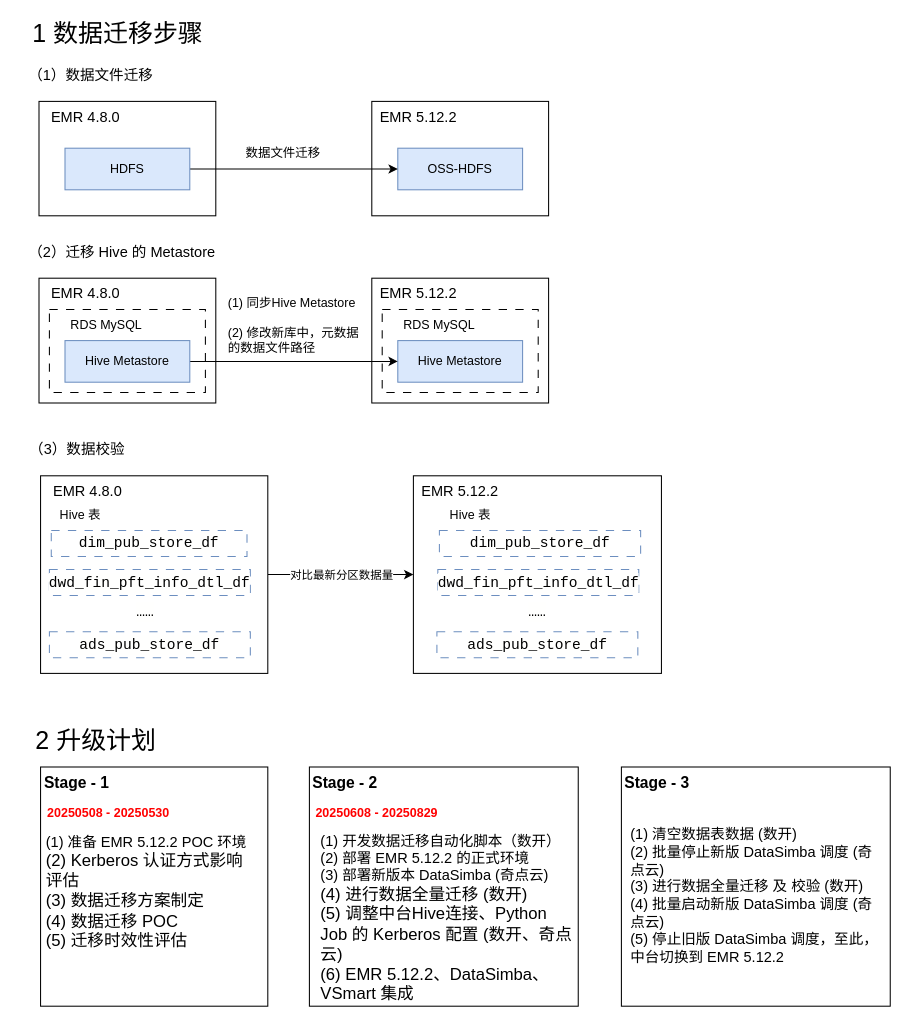
fsJerryChan/fsJerryChan keeps this draw.io diagram as emr_upgrade.drawio. Above is the earlier version. Source tidied: cells renumbered, new cells numbered last; positions are measured from the earlier drawing's top-left corner, leaving out a move shared by most shapes. Both pictures are drawn from the tidied source at 104%, with x=0, y=0 at pixel (18, 18).
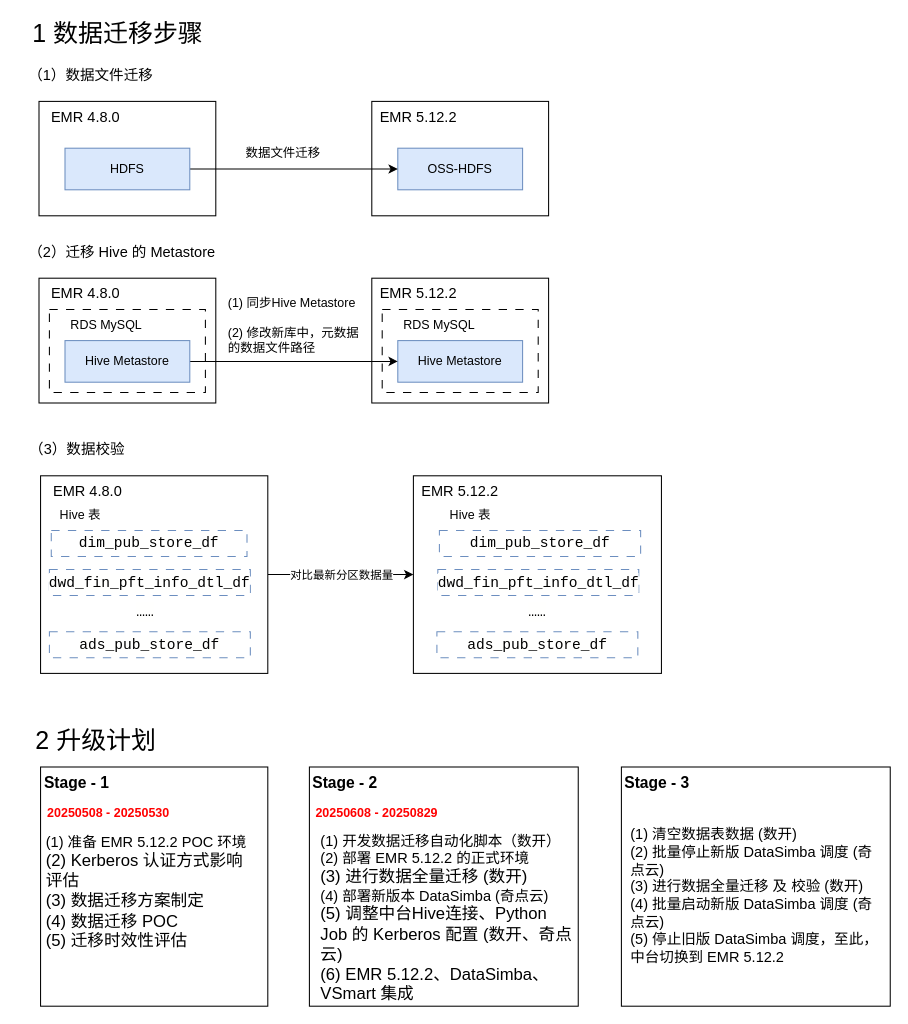
The same page after the edit.

The edit, as a diff of the source:
```diff
@@
-    <mxCell id="49" value="&lt;font style=&quot;font-size: 14px;&quot;&gt;(1) 开发数据迁移自动化脚本（数开）&lt;/font&gt;&lt;div&gt;&lt;font style=&quot;font-size: 14px;&quot;&gt;(2) 部署 EMR 5.12.2 的正式环境&lt;br&gt;(3) 部署新版本 DataSimba (奇点云)&lt;/font&gt;&lt;div&gt;&lt;font size=&quot;3&quot;&gt;(4) 进行数据全量迁移 (数开)&lt;/font&gt;&lt;/div&gt;&lt;div&gt;&lt;font size=&quot;3&quot;&gt;(5) 调整中台Hive连接、Python Job 的 Kerberos 配置 (数开、奇点云)&lt;/font&gt;&lt;/div&gt;&lt;/div&gt;&lt;div&gt;&lt;font size=&quot;3&quot;&gt;(6) EMR 5.12.2、DataSimba、VSmart 集成&lt;/font&gt;&lt;/div&gt;" style="rounded=0;whiteSpace=wrap;html=1;align=left;fillColor=none;strokeColor=none;" parent="1" vertex="1">
+    <mxCell id="49" value="&lt;font style=&quot;font-size: 14px;&quot;&gt;(1) 开发数据迁移自动化脚本（数开）&lt;/font&gt;&lt;div&gt;&lt;font style=&quot;font-size: 14px;&quot;&gt;(2) 部署 EMR 5.12.2 的正式环境&lt;/font&gt;&lt;/div&gt;&lt;div&gt;&lt;font style=&quot;font-size: 14px;&quot;&gt;&lt;div style=&quot;font-size: 12px;&quot;&gt;&lt;font size=&quot;3&quot;&gt;(3) 进行数据全量迁移 (数开)&lt;/font&gt;&lt;/div&gt;(4) 部署新版本 DataSimba (奇点云)&lt;/font&gt;&lt;div&gt;&lt;span style=&quot;font-size: medium; background-color: transparent; color: light-dark(rgb(0, 0, 0), rgb(255, 255, 255));&quot;&gt;(5) 调整中台Hive连接、Python Job 的 Kerberos 配置 (数开、奇点云)&lt;/span&gt;&lt;/div&gt;&lt;/div&gt;&lt;div&gt;&lt;font size=&quot;3&quot;&gt;(6) EMR 5.12.2、DataSimba、VSmart 集成&lt;/font&gt;&lt;/div&gt;" style="rounded=0;whiteSpace=wrap;html=1;align=left;fillColor=none;strokeColor=none;" parent="1" vertex="1">
       <mxGeometry x="288.5" y="800" width="245.4" height="130" as="geometry" />
     </mxCell>
```
